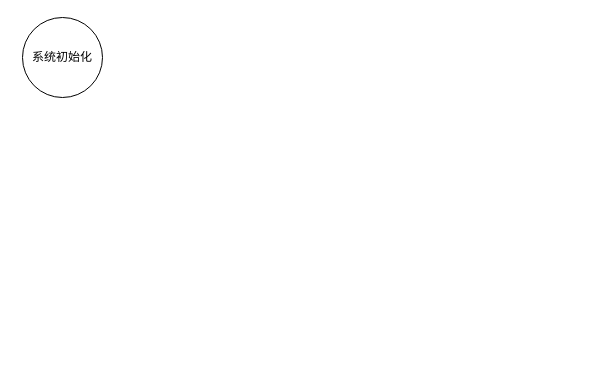
The draw.io diagram mc6630.drawio in chendong-2023/cmd, before the edit. Source tidied: cells renumbered, new cells numbered last; positions are measured from the earlier drawing's top-left corner, leaving out a move shared by most shapes. Both pictures are drawn from the tidied source at 100%, with x=0, y=0 at pixel (22, 17).
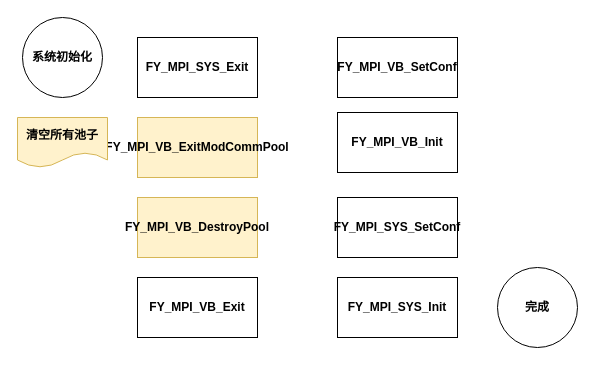
The same page after the edit.

What changed in the source:
```diff
@@
 <mxGraphModel>
   <root>
     <mxCell id="0" />
     <mxCell id="1" parent="0" />
-    <mxCell id="2" value="系统初始化" style="ellipse;whiteSpace=wrap;html=1;" parent="1" vertex="1">
+    <mxCell id="2" value="系统初始化" style="ellipse;whiteSpace=wrap;html=1;fontStyle=1;" parent="1" vertex="1">
       <mxGeometry width="80" height="80" as="geometry" />
     </mxCell>
+    <mxCell id="3" value="FY_MPI_SYS_Exit" style="whiteSpace=wrap;html=1;fontStyle=1;" parent="1" vertex="1">
+      <mxGeometry x="115" y="20" width="120" height="60" as="geometry" />
+    </mxCell>
+    <mxCell id="4" value="FY_MPI_VB_ExitModCommPool" style="whiteSpace=wrap;html=1;fillColor=#fff2cc;strokeColor=#d6b656;fontStyle=1;" parent="1" vertex="1">
+      <mxGeometry x="115" y="100" width="120" height="60" as="geometry" />
+    </mxCell>
+    <mxCell id="5" value="FY_MPI_VB_DestroyPool" style="whiteSpace=wrap;html=1;fillColor=#fff2cc;strokeColor=#d6b656;fontStyle=1;" parent="1" vertex="1">
+      <mxGeometry x="115" y="180" width="120" height="60" as="geometry" />
+    </mxCell>
+    <mxCell id="6" value="清空所有池子" style="shape=document;whiteSpace=wrap;html=1;boundedLbl=1;fillColor=#fff2cc;strokeColor=#d6b656;fontStyle=1;" parent="1" vertex="1">
+      <mxGeometry x="-5" y="100" width="90" height="50" as="geometry" />
+    </mxCell>
+    <mxCell id="7" value="FY_MPI_VB_Exit" style="whiteSpace=wrap;html=1;fontStyle=1;" parent="1" vertex="1">
+      <mxGeometry x="115" y="260" width="120" height="60" as="geometry" />
+    </mxCell>
+    <mxCell id="8" value="FY_MPI_VB_SetConf" style="whiteSpace=wrap;html=1;fontStyle=1;" parent="1" vertex="1">
+      <mxGeometry x="315" y="20" width="120" height="60" as="geometry" />
+    </mxCell>
+    <mxCell id="9" value="FY_MPI_VB_Init" style="whiteSpace=wrap;html=1;fontStyle=1;" parent="1" vertex="1">
+      <mxGeometry x="315" y="95" width="120" height="60" as="geometry" />
+    </mxCell>
+    <mxCell id="10" value="FY_MPI_SYS_SetConf" style="whiteSpace=wrap;html=1;fontStyle=1;" parent="1" vertex="1">
+      <mxGeometry x="315" y="180" width="120" height="60" as="geometry" />
+    </mxCell>
+    <mxCell id="11" value="FY_MPI_SYS_Init" style="whiteSpace=wrap;html=1;fontStyle=1;" parent="1" vertex="1">
+      <mxGeometry x="315" y="260" width="120" height="60" as="geometry" />
+    </mxCell>
+    <mxCell id="12" value="完成" style="ellipse;whiteSpace=wrap;html=1;fontStyle=1;" parent="1" vertex="1">
+      <mxGeometry x="475" y="250" width="80" height="80" as="geometry" />
+    </mxCell>
   </root>
 </mxGraphModel>
```
